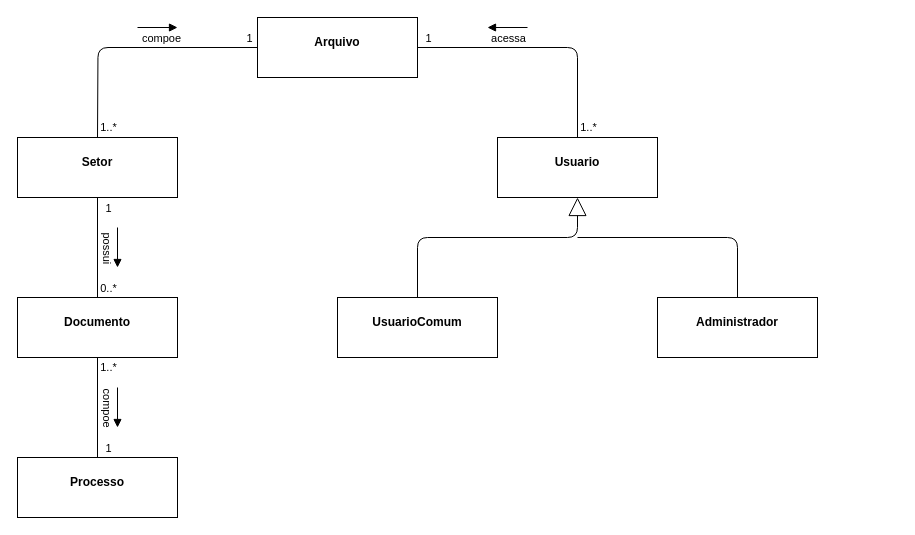
Above: modelo_conceitual.drawio in IsacSouzaCampos/ES_I-GED (draw.io), before the change. Source tidied: cells renumbered, new cells numbered last; positions are measured from the earlier drawing's top-left corner, leaving out a move shared by most shapes. Both pictures are drawn from the tidied source at 100%, with x=0, y=0 at pixel (17, 17).
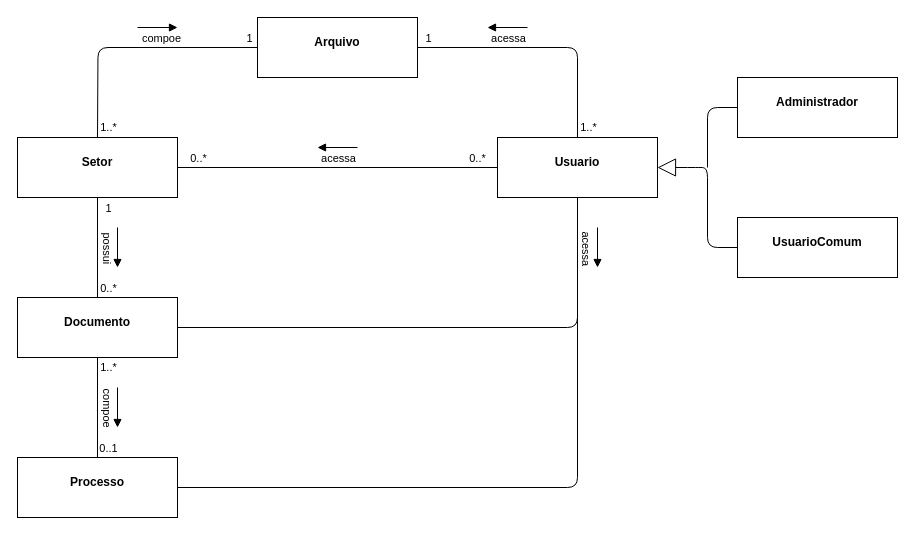
The same page after the edit.

Commit message:
Modelo Conceitual Atualizado

The change refers to these unchanged cells:
```xml
<mxCell id="11" value="&lt;p style=&quot;margin: 0px ; margin-top: 4px ; text-align: center&quot;&gt;&lt;br&gt;&lt;b&gt;Setor&lt;/b&gt;&lt;/p&gt;" style="verticalAlign=top;align=left;overflow=fill;fontSize=12;fontFamily=Helvetica;html=1;" parent="1" vertex="1">
  <mxGeometry y="120" width="160" height="60" as="geometry" />
</mxCell>
<mxCell id="12" style="edgeStyle=orthogonalEdgeStyle;rounded=1;jettySize=auto;html=1;exitX=0.5;exitY=1;exitDx=0;exitDy=0;entryX=0.5;entryY=0;entryDx=0;entryDy=0;endArrow=none;endFill=0;" parent="1" edge="1" source="16" target="17">
  <mxGeometry relative="1" as="geometry" />
</mxCell>
<mxCell id="16" value="&lt;p style=&quot;margin: 0px ; margin-top: 4px ; text-align: center&quot;&gt;&lt;br&gt;&lt;b&gt;Documento&lt;/b&gt;&lt;/p&gt;" style="verticalAlign=top;align=left;overflow=fill;fontSize=12;fontFamily=Helvetica;html=1;" parent="1" vertex="1">
  <mxGeometry y="280" width="160" height="60" as="geometry" />
</mxCell>
<mxCell id="17" value="&lt;p style=&quot;margin: 0px ; margin-top: 4px ; text-align: center&quot;&gt;&lt;br&gt;&lt;b&gt;Processo&lt;/b&gt;&lt;/p&gt;" style="verticalAlign=top;align=left;overflow=fill;fontSize=12;fontFamily=Helvetica;html=1;" parent="1" vertex="1">
  <mxGeometry y="440" width="160" height="60" as="geometry" />
</mxCell>
<mxCell id="25" value="&lt;p style=&quot;margin: 0px ; margin-top: 4px ; text-align: center&quot;&gt;&lt;br&gt;&lt;b&gt;Usuario&lt;/b&gt;&lt;/p&gt;" style="verticalAlign=top;align=left;overflow=fill;fontSize=12;fontFamily=Helvetica;html=1;" parent="1" vertex="1">
  <mxGeometry x="480" y="120" width="160" height="60" as="geometry" />
</mxCell>
```

Change to the diagram source:
```diff
@@
-    <mxCell id="15" value="1" style="edgeLabel;html=1;align=center;verticalAlign=middle;" parent="12" vertex="1">
+    <mxCell id="15" value="0..1" style="edgeLabel;html=1;align=center;verticalAlign=middle;" parent="12" vertex="1">
       <mxGeometry x="0.88" y="-1" relative="1" as="geometry">
         <mxPoint x="11" y="-4" as="offset" />
       </mxGeometry>
     </mxCell>
@@
+    <mxCell id="31" style="edgeStyle=orthogonalEdgeStyle;rounded=0;jettySize=auto;html=1;exitX=0;exitY=0.5;exitDx=0;exitDy=0;entryX=1;entryY=0.5;entryDx=0;entryDy=0;endArrow=none;endFill=0;" parent="1" edge="1" source="25" target="11">
+      <mxGeometry relative="1" as="geometry" />
+    </mxCell>
+    <mxCell id="32" value="acessa" style="edgeLabel;html=1;align=center;verticalAlign=middle;" parent="31" vertex="1">
+      <mxGeometry x="-0.17" y="-2" relative="1" as="geometry">
+        <mxPoint x="-26.9" y="-8" as="offset" />
+      </mxGeometry>
+    </mxCell>
+    <mxCell id="33" value="0..*" style="edgeLabel;html=1;align=center;verticalAlign=middle;" parent="31" vertex="1">
+      <mxGeometry x="-0.79" y="-1" relative="1" as="geometry">
+        <mxPoint x="13.8" y="-9" as="offset" />
+      </mxGeometry>
+    </mxCell>
+    <mxCell id="34" value="0..*" style="edgeLabel;html=1;align=center;verticalAlign=middle;" parent="31" vertex="1">
+      <mxGeometry x="0.93" y="-2" relative="1" as="geometry">
+        <mxPoint x="9" y="-8" as="offset" />
+      </mxGeometry>
+    </mxCell>
+    <mxCell id="35" style="edgeStyle=orthogonalEdgeStyle;rounded=1;jettySize=auto;html=1;exitX=0.5;exitY=1;exitDx=0;exitDy=0;entryX=1;entryY=0.5;entryDx=0;entryDy=0;endArrow=none;endFill=0;" parent="1" edge="1" source="25" target="16">
+      <mxGeometry relative="1" as="geometry" />
+    </mxCell>
+    <mxCell id="36" style="edgeStyle=orthogonalEdgeStyle;rounded=1;jettySize=auto;html=1;exitX=0.5;exitY=1;exitDx=0;exitDy=0;entryX=1;entryY=0.5;entryDx=0;entryDy=0;endArrow=none;endFill=0;" parent="1" edge="1" source="25" target="17">
+      <mxGeometry relative="1" as="geometry" />
+    </mxCell>
+    <mxCell id="37" value="acessa" style="edgeLabel;html=1;align=center;verticalAlign=middle;rotation=90;" parent="36" vertex="1">
+      <mxGeometry x="-0.85" y="-1" relative="1" as="geometry">
+        <mxPoint x="11" y="-1.7" as="offset" />
+      </mxGeometry>
+    </mxCell>
@@
     <mxCell id="27" value="&lt;p style=&quot;margin: 0px ; margin-top: 4px ; text-align: center&quot;&gt;&lt;br&gt;&lt;b&gt;UsuarioComum&lt;/b&gt;&lt;/p&gt;" style="verticalAlign=top;align=left;overflow=fill;fontSize=12;fontFamily=Helvetica;html=1;" parent="1" vertex="1">
-      <mxGeometry x="320" y="280" width="160" height="60" as="geometry" />
+      <mxGeometry x="720" y="200" width="160" height="60" as="geometry" />
     </mxCell>
-    <mxCell id="28" style="edgeStyle=orthogonalEdgeStyle;rounded=1;jettySize=auto;html=1;exitX=0.5;exitY=0;exitDx=0;exitDy=0;startArrow=none;startFill=0;endArrow=none;endFill=0;" parent="1" edge="1" source="29">
-      <mxGeometry relative="1" as="geometry">
-        <mxPoint x="560" y="220" as="targetPoint" />
-        <Array as="points">
-          <mxPoint x="720" y="220" />
-        </Array>
-      </mxGeometry>
-    </mxCell>
     <mxCell id="29" value="&lt;p style=&quot;margin: 0px ; margin-top: 4px ; text-align: center&quot;&gt;&lt;br&gt;&lt;b&gt;Administrador&lt;/b&gt;&lt;/p&gt;" style="verticalAlign=top;align=left;overflow=fill;fontSize=12;fontFamily=Helvetica;html=1;" parent="1" vertex="1">
-      <mxGeometry x="640" y="280" width="160" height="60" as="geometry" />
+      <mxGeometry x="720" y="60" width="160" height="60" as="geometry" />
     </mxCell>
-    <mxCell id="30" style="endArrow=block;endSize=16;endFill=0;html=1;entryX=0.5;entryY=1;entryDx=0;entryDy=0;exitX=0.5;exitY=0;exitDx=0;exitDy=0;" parent="1" edge="1" source="27" target="25">
+    <mxCell id="30" style="endArrow=block;endSize=16;endFill=0;html=1;entryX=1;entryY=0.5;entryDx=0;entryDy=0;exitX=0;exitY=0.5;exitDx=0;exitDy=0;" parent="1" edge="1" source="27" target="25">
       <mxGeometry relative="1" as="geometry">
         <Array as="points">
-          <mxPoint x="400" y="220" />
-          <mxPoint x="560" y="220" />
+          <mxPoint x="690" y="230" />
+          <mxPoint x="690" y="150" />
+          <mxPoint x="680" y="150" />
         </Array>
       </mxGeometry>
     </mxCell>
+    <mxCell id="38" style="endArrow=none;html=1;entryX=0;entryY=0.5;entryDx=0;entryDy=0;" parent="1" edge="1" target="29">
+      <mxGeometry relative="1" as="geometry">
+        <mxPoint x="690" y="150" as="sourcePoint" />
+        <Array as="points">
+          <mxPoint x="690" y="90" />
+        </Array>
+      </mxGeometry>
+    </mxCell>
+    <mxCell id="39" style="endArrow=none;startArrow=block;endFill=0;startFill=1;html=1;" parent="1" edge="1">
+      <mxGeometry relative="1" as="geometry">
+        <mxPoint x="300" y="130" as="sourcePoint" />
+        <mxPoint x="340" y="130" as="targetPoint" />
+      </mxGeometry>
+    </mxCell>
+    <mxCell id="40" style="endArrow=block;startArrow=none;endFill=1;startFill=0;html=1;" parent="1" edge="1">
+      <mxGeometry relative="1" as="geometry">
+        <mxPoint x="580" y="210" as="sourcePoint" />
+        <mxPoint x="580" y="250" as="targetPoint" />
+      </mxGeometry>
+    </mxCell>
```
